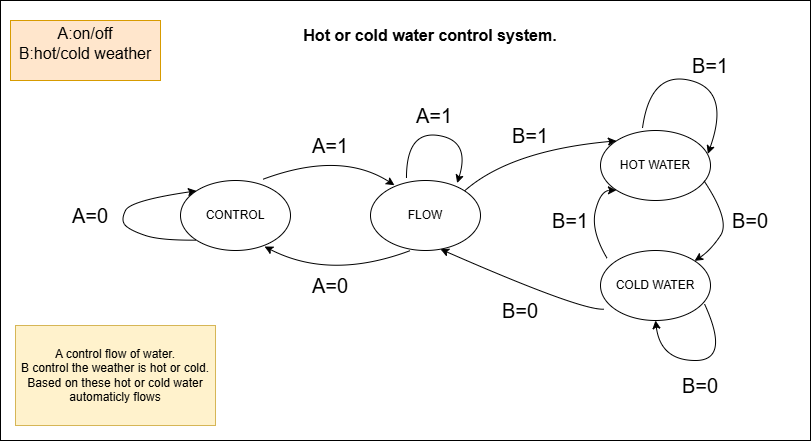
The draw.io diagram sequential_state_diagram/hot_cold_water.png in onurnturan/Home-Automation-System, before a commit. Source tidied: cells renumbered, new cells last; positions are measured from the earlier drawing's top-left corner, leaving out a move shared by most shapes.
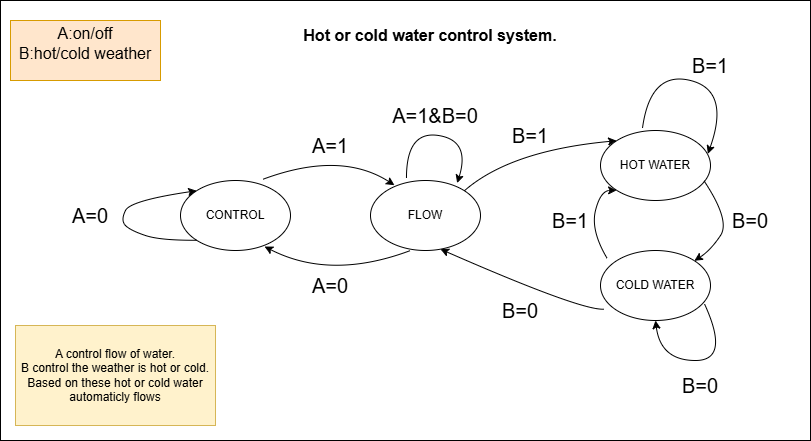
The same file after the commit.

The edit, as a diff of the source:
```diff
@@ -105,8 +105,8 @@
     <mxCell id="19" value="&lt;font style=&quot;font-size: 20px;&quot;&gt;A=1&lt;/font&gt;" style="text;html=1;align=center;verticalAlign=middle;whiteSpace=wrap;rounded=0;" parent="1" vertex="1">
       <mxGeometry x="320" y="130" width="20" height="30" as="geometry" />
     </mxCell>
-    <mxCell id="20" value="&lt;font style=&quot;font-size: 20px;&quot;&gt;A=1&lt;/font&gt;" style="text;html=1;align=center;verticalAlign=middle;whiteSpace=wrap;rounded=0;" parent="1" vertex="1">
-      <mxGeometry x="424" y="100" width="20" height="30" as="geometry" />
+    <mxCell id="20" value="&lt;font style=&quot;font-size: 20px;&quot;&gt;A=1&amp;amp;B=0&lt;/font&gt;" style="text;html=1;align=center;verticalAlign=middle;whiteSpace=wrap;rounded=0;" parent="1" vertex="1">
+      <mxGeometry x="390" y="100" width="90" height="30" as="geometry" />
     </mxCell>
     <mxCell id="21" value="&lt;font style=&quot;font-size: 20px;&quot;&gt;A=0&lt;/font&gt;" style="text;html=1;align=center;verticalAlign=middle;whiteSpace=wrap;rounded=0;" parent="1" vertex="1">
       <mxGeometry x="320" y="275" width="20" height="20" as="geometry" />
```
